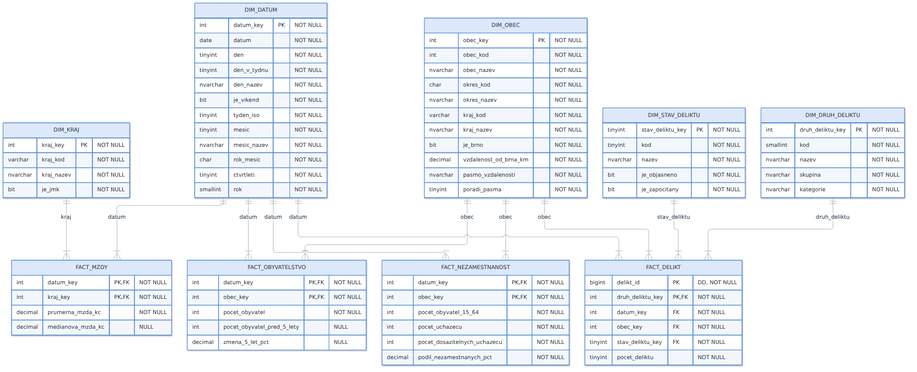
pjunak/BIDS-data-scraper keeps this Mermaid diagram as docs/dimenzionalni-model/diagram_lokality.png. Above is the earlier version. Its source is kept beside it as docs/dimenzionalni-model/diagram_lokality.mmd.
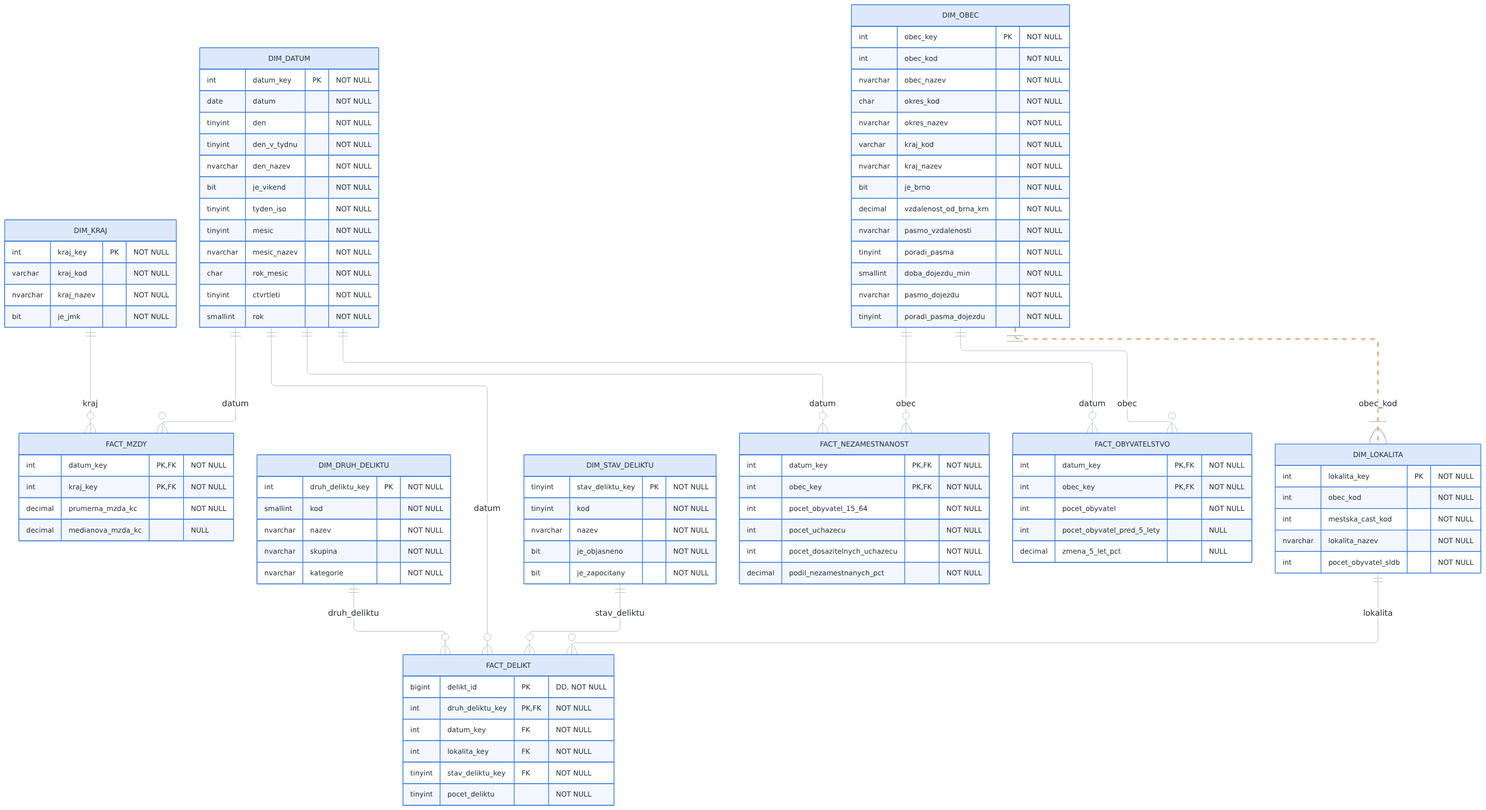
After the commit.

Change to the diagram source:
```diff
@@ -11,6 +11,16 @@
         decimal vzdalenost_od_brna_km "NOT NULL"
         nvarchar pasmo_vzdalenosti "NOT NULL"
         tinyint poradi_pasma "NOT NULL"
+        smallint doba_dojezdu_min "NOT NULL"
+        nvarchar pasmo_dojezdu "NOT NULL"
+        tinyint poradi_pasma_dojezdu "NOT NULL"
+    }
+    DIM_LOKALITA {
+        int lokalita_key PK "NOT NULL"
+        int obec_kod "NOT NULL"
+        int mestska_cast_kod "NOT NULL"
+        nvarchar lokalita_nazev "NOT NULL"
+        int pocet_obyvatel_sldb "NOT NULL"
     }
     DIM_DATUM {
         int datum_key PK "NOT NULL"
@@ -65,7 +75,7 @@
         bigint delikt_id PK "DD, NOT NULL"
         int druh_deliktu_key PK, FK "NOT NULL"
         int datum_key FK "NOT NULL"
-        int obec_key FK "NOT NULL"
+        int lokalita_key FK "NOT NULL"
         tinyint stav_deliktu_key FK "NOT NULL"
         tinyint pocet_deliktu "NOT NULL"
     }
@@ -75,13 +85,14 @@
         decimal prumerna_mzda_kc "NOT NULL"
         decimal medianova_mzda_kc "NULL"
     }
-    DIM_DATUM ||--|{ FACT_OBYVATELSTVO : "datum"
-    DIM_OBEC ||--|{ FACT_OBYVATELSTVO : "obec"
-    DIM_DATUM ||--|{ FACT_NEZAMESTNANOST : "datum"
-    DIM_OBEC ||--|{ FACT_NEZAMESTNANOST : "obec"
-    DIM_DRUH_DELIKTU ||--|{ FACT_DELIKT : "druh_deliktu"
-    DIM_DATUM ||--|{ FACT_DELIKT : "datum"
-    DIM_OBEC ||--|{ FACT_DELIKT : "obec"
-    DIM_STAV_DELIKTU ||--|{ FACT_DELIKT : "stav_deliktu"
-    DIM_DATUM ||--|{ FACT_MZDY : "datum"
-    DIM_KRAJ ||--|{ FACT_MZDY : "kraj"
+    DIM_DATUM ||--o{ FACT_OBYVATELSTVO : "datum"
+    DIM_OBEC ||--o{ FACT_OBYVATELSTVO : "obec"
+    DIM_DATUM ||--o{ FACT_NEZAMESTNANOST : "datum"
+    DIM_OBEC ||--o{ FACT_NEZAMESTNANOST : "obec"
+    DIM_DRUH_DELIKTU ||--o{ FACT_DELIKT : "druh_deliktu"
+    DIM_DATUM ||--o{ FACT_DELIKT : "datum"
+    DIM_LOKALITA ||--o{ FACT_DELIKT : "lokalita"
+    DIM_STAV_DELIKTU ||--o{ FACT_DELIKT : "stav_deliktu"
+    DIM_DATUM ||--o{ FACT_MZDY : "datum"
+    DIM_KRAJ ||--o{ FACT_MZDY : "kraj"
+    DIM_OBEC ||..|{ DIM_LOKALITA : "obec_kod"
```
